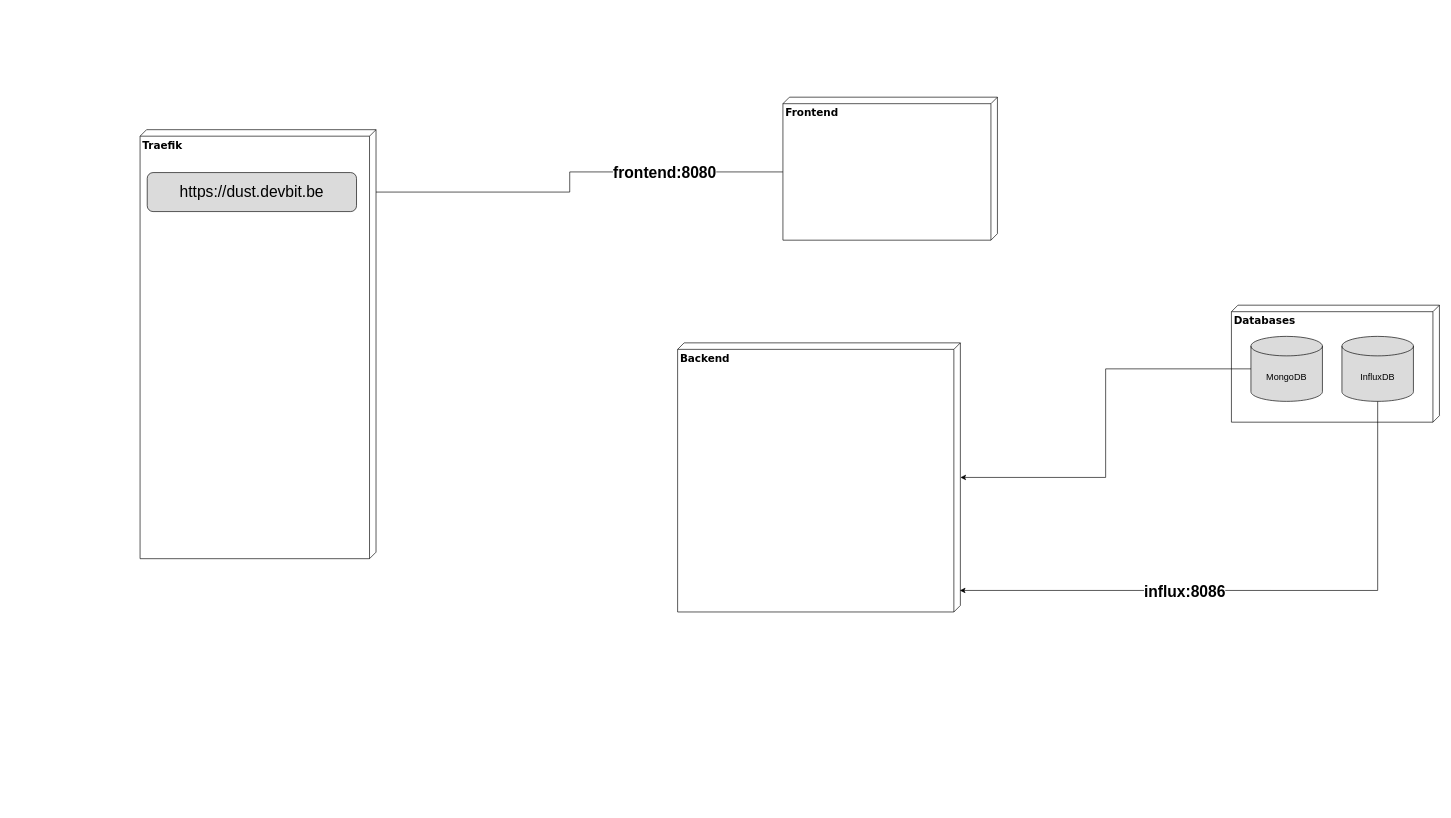
Earlier version of the draw.io diagram img/framework-services.drawio (vives-dust/framework). Source tidied: cells renumbered, new cells numbered last; positions are measured from the earlier drawing's top-left corner, leaving out a move shared by most shapes. Both pictures are drawn from the tidied source at 65%, with x=0, y=0 at pixel (140, 97).
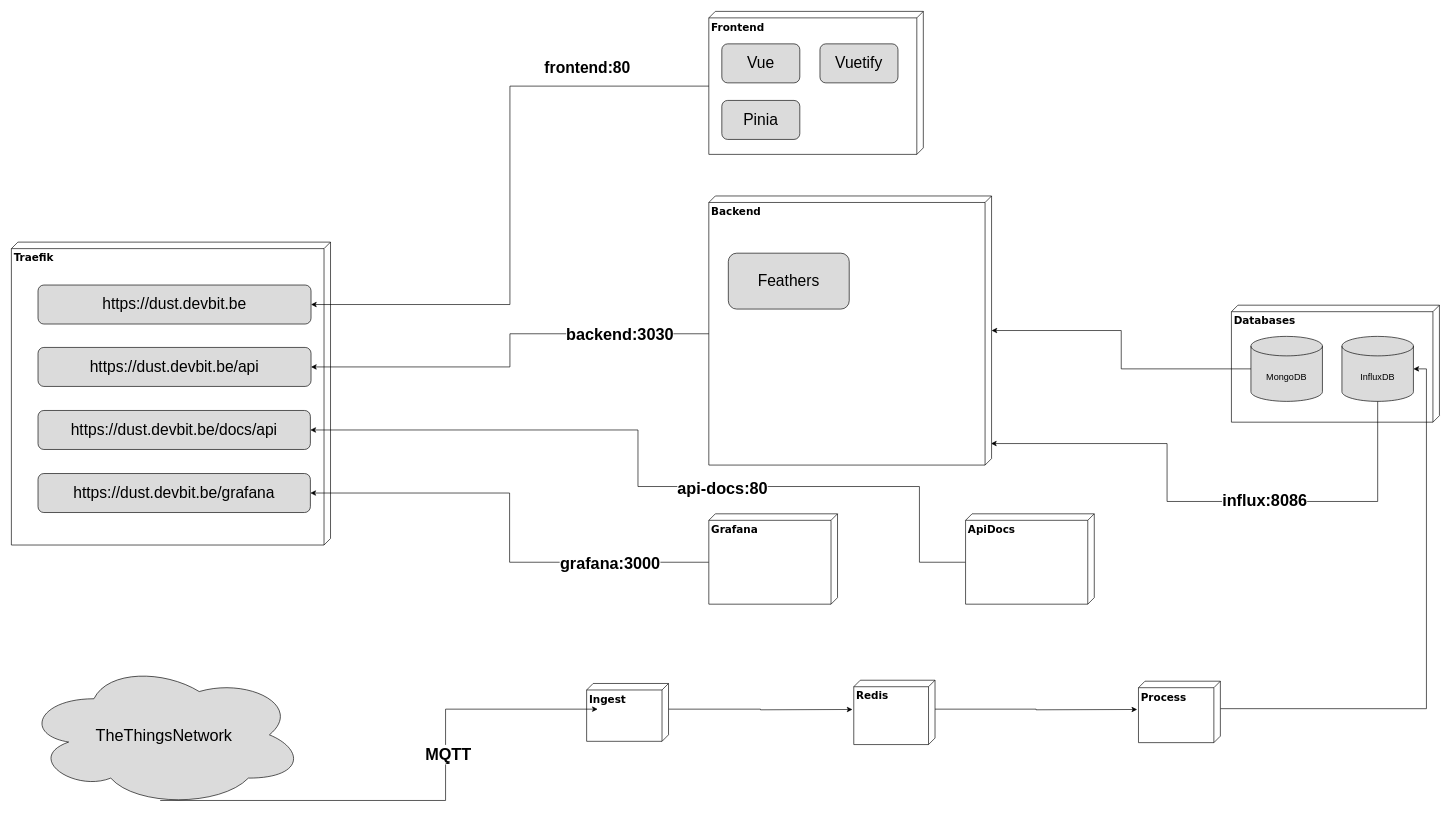
Above is the later version.

Unchanged cells that the change refers to:
```xml
<mxCell id="9" value="InfluxDB" style="shape=cylinder3;whiteSpace=wrap;html=1;boundedLbl=1;backgroundOutline=1;size=15;shadow=0;fillColor=#DBDBDB;fontSize=14;" parent="6" vertex="1">
  <mxGeometry x="170" y="48" width="110" height="100" as="geometry" />
</mxCell>
```

The edit, as a diff of the source:
```diff
@@
-    <mxCell id="2" value="&lt;b style=&quot;font-size: 16px;&quot;&gt;Backend&lt;/b&gt;" style="verticalAlign=top;align=left;spacingTop=8;spacingLeft=2;spacingRight=12;shape=cube;size=10;direction=south;fontStyle=0;html=1;rounded=0;shadow=0;comic=0;labelBackgroundColor=none;strokeWidth=1;fontFamily=Verdana;fontSize=16;" parent="1" vertex="1">
-      <mxGeometry x="827" y="378" width="435" height="414" as="geometry" />
-    </mxCell>
-    <mxCell id="3" style="edgeStyle=orthogonalEdgeStyle;rounded=0;jettySize=auto;html=1;exitX=0;exitY=0;exitDx=115;exitDy=330;exitPerimeter=0;fontSize=24;" parent="1" edge="1" source="5" target="14">
-      <mxGeometry relative="1" as="geometry" />
-    </mxCell>
-    <mxCell id="4" value="frontend:8080" style="edgeLabel;html=1;align=center;verticalAlign=middle;fontSize=24;fontStyle=1;" parent="3" vertex="1">
-      <mxGeometry x="-0.24" y="2" relative="1" as="geometry">
-        <mxPoint x="78" y="-1" as="offset" />
-      </mxGeometry>
-    </mxCell>
-    <mxCell id="5" value="&lt;b style=&quot;font-size: 16px;&quot;&gt;Frontend&lt;/b&gt;" style="verticalAlign=top;align=left;spacingTop=8;spacingLeft=2;spacingRight=12;shape=cube;size=10;direction=south;fontStyle=0;html=1;rounded=0;shadow=0;comic=0;labelBackgroundColor=none;strokeWidth=1;fontFamily=Verdana;fontSize=16;" parent="1" vertex="1">
-      <mxGeometry x="989" width="330" height="220" as="geometry" />
-    </mxCell>
@@
     <mxCell id="11" style="edgeStyle=orthogonalEdgeStyle;rounded=0;jettySize=auto;html=1;exitX=0.5;exitY=1;exitDx=0;exitDy=0;exitPerimeter=0;entryX=0.92;entryY=0.002;entryDx=0;entryDy=0;entryPerimeter=0;fontSize=14;" parent="1" edge="1" source="9" target="2">
-      <mxGeometry relative="1" as="geometry" />
+      <mxGeometry relative="1" as="geometry">
+        <Array as="points">
+          <mxPoint x="1904" y="622" />
+          <mxPoint x="1580" y="622" />
+          <mxPoint x="1580" y="533" />
+        </Array>
+      </mxGeometry>
     </mxCell>
-    <mxCell id="12" value="&lt;b style=&quot;font-size: 24px;&quot;&gt;&lt;font style=&quot;font-size: 24px;&quot;&gt;influx:8086&lt;/font&gt;&lt;/b&gt;" style="edgeLabel;html=1;align=center;verticalAlign=middle;fontSize=24;spacing=20;spacingRight=20;spacingLeft=20;" parent="11" vertex="1">
-      <mxGeometry x="0.26" y="3" relative="1" as="geometry" />
-    </mxCell>
     <mxCell id="13" value="&lt;b style=&quot;font-size: 16px;&quot;&gt;Traefik&lt;/b&gt;" style="verticalAlign=top;align=left;spacingTop=8;spacingLeft=2;spacingRight=12;shape=cube;size=10;direction=south;fontStyle=0;html=1;rounded=0;shadow=0;comic=0;labelBackgroundColor=none;strokeWidth=1;fontFamily=Verdana;fontSize=16;" parent="1" vertex="1">
-      <mxGeometry y="50" width="363" height="660" as="geometry" />
+      <mxGeometry x="-198" y="223" width="491" height="466" as="geometry" />
     </mxCell>
     <mxCell id="14" value="https://dust.devbit.be" style="rounded=1;whiteSpace=wrap;html=1;shadow=0;fontSize=24;fillColor=#DBDBDB;" parent="1" vertex="1">
-      <mxGeometry x="11" y="116" width="322" height="60" as="geometry" />
+      <mxGeometry x="-157" y="289" width="420" height="60" as="geometry" />
     </mxCell>
+    <mxCell id="15" value="https://dust.devbit.be/api" style="rounded=1;whiteSpace=wrap;html=1;shadow=0;fontSize=24;fillColor=#DBDBDB;" parent="1" vertex="1">
+      <mxGeometry x="-157" y="385" width="420" height="60" as="geometry" />
+    </mxCell>
+    <mxCell id="16" value="https://dust.devbit.be/docs/api" style="rounded=1;whiteSpace=wrap;html=1;shadow=0;fontSize=24;fillColor=#DBDBDB;" parent="1" vertex="1">
+      <mxGeometry x="-157" y="482" width="419" height="60" as="geometry" />
+    </mxCell>
+    <mxCell id="17" value="https://dust.devbit.be/grafana" style="rounded=1;whiteSpace=wrap;html=1;shadow=0;fontSize=24;fillColor=#DBDBDB;" parent="1" vertex="1">
+      <mxGeometry x="-157" y="579" width="419" height="60" as="geometry" />
+    </mxCell>
+    <mxCell id="18" style="edgeStyle=orthogonalEdgeStyle;rounded=0;jettySize=auto;html=1;exitX=0;exitY=0;exitDx=42.25;exitDy=0;exitPerimeter=0;entryX=1;entryY=0.5;entryDx=0;entryDy=0;entryPerimeter=0;fontSize=25;" parent="1" edge="1" source="31" target="9">
+      <mxGeometry relative="1" as="geometry" />
+    </mxCell>
+    <mxCell id="19" style="group;" parent="1" vertex="1">
+      <mxGeometry x="875" y="-132" width="330" height="220" as="geometry" />
+    </mxCell>
+    <mxCell id="5" value="&lt;b style=&quot;font-size: 16px;&quot;&gt;Frontend&lt;/b&gt;" style="verticalAlign=top;align=left;spacingTop=8;spacingLeft=2;spacingRight=12;shape=cube;size=10;direction=south;fontStyle=0;html=1;rounded=0;shadow=0;comic=0;labelBackgroundColor=none;strokeWidth=1;fontFamily=Verdana;fontSize=16;" parent="19" vertex="1">
+      <mxGeometry width="330" height="220" as="geometry" />
+    </mxCell>
+    <mxCell id="20" value="Vue" style="rounded=1;whiteSpace=wrap;html=1;shadow=0;fontSize=24;fillColor=#DBDBDB;" parent="19" vertex="1">
+      <mxGeometry x="20" y="50" width="120" height="60" as="geometry" />
+    </mxCell>
+    <mxCell id="21" value="Pinia" style="rounded=1;whiteSpace=wrap;html=1;shadow=0;fontSize=24;fillColor=#DBDBDB;" parent="19" vertex="1">
+      <mxGeometry x="20" y="137" width="120" height="60" as="geometry" />
+    </mxCell>
+    <mxCell id="22" value="Vuetify" style="rounded=1;whiteSpace=wrap;html=1;shadow=0;fontSize=24;fillColor=#DBDBDB;" parent="19" vertex="1">
+      <mxGeometry x="171" y="50" width="120" height="60" as="geometry" />
+    </mxCell>
+    <mxCell id="23" style="group;" parent="1" vertex="1">
+      <mxGeometry x="-179" y="870" width="1841" height="222" as="geometry" />
+    </mxCell>
+    <mxCell id="24" style="edgeStyle=orthogonalEdgeStyle;rounded=0;jettySize=auto;html=1;exitX=0;exitY=0;exitDx=44.5;exitDy=0;exitPerimeter=0;fontSize=25;" parent="23" edge="1" source="25">
+      <mxGeometry relative="1" as="geometry">
+        <mxPoint x="1713" y="72" as="targetPoint" />
+      </mxGeometry>
+    </mxCell>
+    <mxCell id="25" value="&lt;b&gt;Redis&lt;/b&gt;" style="verticalAlign=top;align=left;spacingTop=8;spacingLeft=2;spacingRight=12;shape=cube;size=10;direction=south;fontStyle=0;html=1;rounded=0;shadow=0;comic=0;labelBackgroundColor=none;strokeWidth=1;fontFamily=Verdana;fontSize=16;" parent="23" vertex="1">
+      <mxGeometry x="1277" y="27" width="125" height="99" as="geometry" />
+    </mxCell>
+    <mxCell id="26" value="TheThingsNetwork" style="ellipse;shape=cloud;whiteSpace=wrap;html=1;align=center;shadow=0;fontSize=25;fillColor=#DBDBDB;" parent="23" vertex="1">
+      <mxGeometry width="432" height="222" as="geometry" />
+    </mxCell>
+    <mxCell id="27" style="edgeStyle=orthogonalEdgeStyle;rounded=0;jettySize=auto;html=1;exitX=0;exitY=0;exitDx=39.5;exitDy=0;exitPerimeter=0;fontSize=25;" parent="23" edge="1" source="28">
+      <mxGeometry relative="1" as="geometry">
+        <mxPoint x="1275" y="72" as="targetPoint" />
+      </mxGeometry>
+    </mxCell>
+    <mxCell id="28" value="&lt;b&gt;Ingest&lt;/b&gt;" style="verticalAlign=top;align=left;spacingTop=8;spacingLeft=2;spacingRight=12;shape=cube;size=10;direction=south;fontStyle=0;html=1;rounded=0;shadow=0;comic=0;labelBackgroundColor=none;strokeWidth=1;fontFamily=Verdana;fontSize=16;" parent="23" vertex="1">
+      <mxGeometry x="866" y="32" width="126" height="89" as="geometry" />
+    </mxCell>
+    <mxCell id="29" style="edgeStyle=orthogonalEdgeStyle;rounded=0;jettySize=auto;html=1;exitX=0.486;exitY=0.955;exitDx=0;exitDy=0;exitPerimeter=0;entryX=0;entryY=0;entryDx=39.5;entryDy=109;entryPerimeter=0;fontSize=25;" parent="23" edge="1" source="26" target="28">
+      <mxGeometry relative="1" as="geometry" />
+    </mxCell>
+    <mxCell id="30" value="&lt;b&gt;MQTT&lt;/b&gt;" style="edgeLabel;html=1;align=center;verticalAlign=middle;fontSize=25;" parent="29" vertex="1">
+      <mxGeometry x="0.18" y="-3" relative="1" as="geometry">
+        <mxPoint y="-31" as="offset" />
+      </mxGeometry>
+    </mxCell>
+    <mxCell id="31" value="&lt;b&gt;Process&lt;/b&gt;" style="verticalAlign=top;align=left;spacingTop=8;spacingLeft=2;spacingRight=12;shape=cube;size=10;direction=south;fontStyle=0;html=1;rounded=0;shadow=0;comic=0;labelBackgroundColor=none;strokeWidth=1;fontFamily=Verdana;fontSize=16;" parent="23" vertex="1">
+      <mxGeometry x="1715" y="28.5" width="126" height="94.5" as="geometry" />
+    </mxCell>
+    <mxCell id="32" style="group;" parent="1" vertex="1">
+      <mxGeometry x="875" y="152" width="435" height="414" as="geometry" />
+    </mxCell>
+    <mxCell id="2" value="&lt;b style=&quot;font-size: 16px;&quot;&gt;Backend&lt;/b&gt;" style="verticalAlign=top;align=left;spacingTop=8;spacingLeft=2;spacingRight=12;shape=cube;size=10;direction=south;fontStyle=0;html=1;rounded=0;shadow=0;comic=0;labelBackgroundColor=none;strokeWidth=1;fontFamily=Verdana;fontSize=16;" parent="32" vertex="1">
+      <mxGeometry width="435" height="414" as="geometry" />
+    </mxCell>
+    <mxCell id="33" value="Feathers" style="rounded=1;whiteSpace=wrap;html=1;shadow=0;fontSize=24;fillColor=#DBDBDB;" parent="32" vertex="1">
+      <mxGeometry x="30" y="88" width="186" height="86" as="geometry" />
+    </mxCell>
+    <mxCell id="34" style="edgeStyle=orthogonalEdgeStyle;rounded=0;jettySize=auto;html=1;exitX=0;exitY=0;exitDx=74.5;exitDy=198;exitPerimeter=0;fontSize=25;entryX=1;entryY=0.5;entryDx=0;entryDy=0;" parent="1" edge="1" source="35" target="17">
+      <mxGeometry relative="1" as="geometry" />
+    </mxCell>
+    <mxCell id="35" value="&lt;b&gt;Grafana&lt;/b&gt;" style="verticalAlign=top;align=left;spacingTop=8;spacingLeft=2;spacingRight=12;shape=cube;size=10;direction=south;fontStyle=0;html=1;rounded=0;shadow=0;comic=0;labelBackgroundColor=none;strokeWidth=1;fontFamily=Verdana;fontSize=16;" parent="1" vertex="1">
+      <mxGeometry x="875" y="641" width="198" height="139" as="geometry" />
+    </mxCell>
+    <mxCell id="36" style="edgeStyle=orthogonalEdgeStyle;rounded=0;jettySize=auto;html=1;exitX=0;exitY=0;exitDx=212;exitDy=435;exitPerimeter=0;fontSize=25;entryX=1;entryY=0.5;entryDx=0;entryDy=0;" parent="1" edge="1" source="2" target="15">
+      <mxGeometry relative="1" as="geometry" />
+    </mxCell>
+    <mxCell id="37" value="&lt;b&gt;backend:3030&lt;/b&gt;" style="edgeLabel;html=1;align=center;verticalAlign=middle;fontSize=25;" parent="36" vertex="1">
+      <mxGeometry x="-0.59" y="2" relative="1" as="geometry">
+        <mxPoint x="-2" y="-3" as="offset" />
+      </mxGeometry>
+    </mxCell>
+    <mxCell id="3" style="edgeStyle=orthogonalEdgeStyle;rounded=0;jettySize=auto;html=1;exitX=0;exitY=0;exitDx=115;exitDy=330;exitPerimeter=0;fontSize=24;entryX=1;entryY=0.5;entryDx=0;entryDy=0;" parent="1" edge="1" source="5" target="14">
+      <mxGeometry relative="1" as="geometry" />
+    </mxCell>
+    <mxCell id="4" value="frontend:80" style="edgeLabel;html=1;align=center;verticalAlign=middle;fontSize=24;fontStyle=1;" parent="3" vertex="1">
+      <mxGeometry x="-0.24" y="2" relative="1" as="geometry">
+        <mxPoint x="116" y="-82" as="offset" />
+      </mxGeometry>
+    </mxCell>
+    <mxCell id="38" value="&lt;b&gt;grafana:3000&lt;/b&gt;" style="edgeLabel;html=1;align=center;verticalAlign=middle;fontSize=25;" parent="1" vertex="1">
+      <mxGeometry x="722" y="715" as="geometry" />
+    </mxCell>
+    <mxCell id="39" style="edgeStyle=orthogonalEdgeStyle;rounded=0;jettySize=auto;html=1;exitX=0;exitY=0;exitDx=74.5;exitDy=198;exitPerimeter=0;fontSize=25;entryX=1;entryY=0.5;entryDx=0;entryDy=0;" parent="1" edge="1" source="41" target="16">
+      <mxGeometry relative="1" as="geometry">
+        <Array as="points">
+          <mxPoint x="1199" y="716" />
+          <mxPoint x="1199" y="599" />
+          <mxPoint x="766" y="599" />
+          <mxPoint x="766" y="512" />
+        </Array>
+      </mxGeometry>
+    </mxCell>
+    <mxCell id="40" value="&lt;b&gt;api-docs:80&lt;/b&gt;" style="edgeLabel;html=1;align=center;verticalAlign=middle;fontSize=25;" parent="39" vertex="1">
+      <mxGeometry x="-0.19" y="1" relative="1" as="geometry" />
+    </mxCell>
+    <mxCell id="41" value="&lt;b&gt;ApiDocs&lt;/b&gt;" style="verticalAlign=top;align=left;spacingTop=8;spacingLeft=2;spacingRight=12;shape=cube;size=10;direction=south;fontStyle=0;html=1;rounded=0;shadow=0;comic=0;labelBackgroundColor=none;strokeWidth=1;fontFamily=Verdana;fontSize=16;" parent="1" vertex="1">
+      <mxGeometry x="1270" y="641" width="198" height="139" as="geometry" />
+    </mxCell>
+    <mxCell id="12" value="&lt;b&gt;influx:8086&lt;/b&gt;" style="edgeLabel;html=1;align=center;verticalAlign=middle;fontSize=25;" parent="1" vertex="1">
+      <mxGeometry x="1729" y="618" as="geometry" />
+    </mxCell>
```
